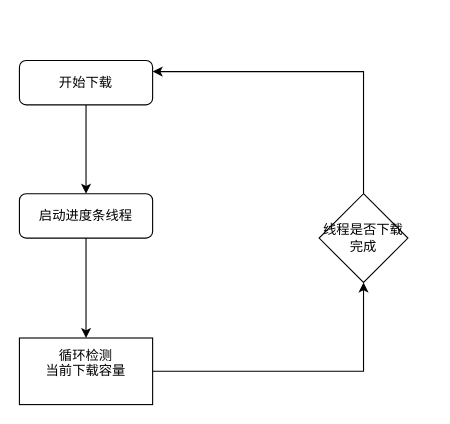
Before: Untitled Diagram.drawio in ksino/Note, a draw.io diagram. Source tidied: cells renumbered, new cells numbered last; positions are measured from the earlier drawing's top-left corner, leaving out a move shared by most shapes. Both pictures are drawn from the tidied source at 111%, with x=0, y=0 at pixel (19, 60).
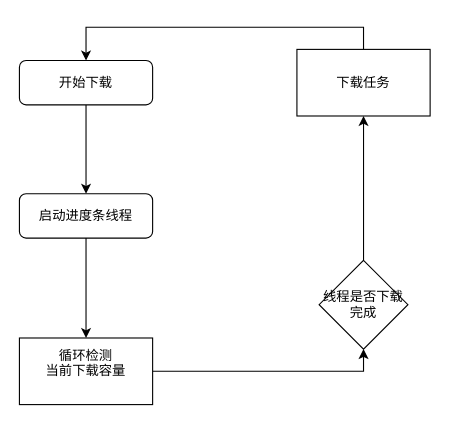
Above is the later version.

Change to the diagram source:
```diff
@@
 <mxGraphModel>
   <root>
     <mxCell id="0" />
     <mxCell id="1" parent="0" />
     <mxCell id="2" style="edgeStyle=orthogonalEdgeStyle;rounded=0;jettySize=auto;html=1;exitX=0.5;exitY=1;exitDx=0;exitDy=0;" parent="1" edge="1" source="3" target="5">
       <mxGeometry relative="1" as="geometry" />
     </mxCell>
     <mxCell id="3" value="&lt;div&gt;开始下载&lt;/div&gt;" style="rounded=1;whiteSpace=wrap;html=1;fontSize=12;glass=0;strokeWidth=1;shadow=0;" parent="1" vertex="1">
       <mxGeometry width="120" height="40" as="geometry" />
     </mxCell>
     <mxCell id="4" style="edgeStyle=orthogonalEdgeStyle;rounded=0;jettySize=auto;html=1;exitX=0.5;exitY=1;exitDx=0;exitDy=0;" parent="1" edge="1" source="5">
       <mxGeometry relative="1" as="geometry">
         <mxPoint x="60" y="250" as="targetPoint" />
       </mxGeometry>
     </mxCell>
     <mxCell id="5" value="启动进度条线程" style="rounded=1;whiteSpace=wrap;html=1;fontSize=12;glass=0;strokeWidth=1;shadow=0;" parent="1" vertex="1">
       <mxGeometry y="120" width="120" height="40" as="geometry" />
     </mxCell>
     <mxCell id="6" style="edgeStyle=orthogonalEdgeStyle;rounded=0;jettySize=auto;html=1;exitX=1;exitY=0.5;exitDx=0;exitDy=0;entryX=0.5;entryY=1;entryDx=0;entryDy=0;" parent="1" edge="1" source="7" target="9">
       <mxGeometry relative="1" as="geometry" />
     </mxCell>
     <mxCell id="7" value="&lt;div&gt;循环检测&lt;/div&gt;&lt;div&gt;当前下载容量&lt;/div&gt;&lt;div&gt;&lt;br&gt;&lt;/div&gt;" style="rounded=0;whiteSpace=wrap;html=1;" parent="1" vertex="1">
       <mxGeometry y="250" width="120" height="60" as="geometry" />
     </mxCell>
-    <mxCell id="8" style="edgeStyle=orthogonalEdgeStyle;rounded=0;jettySize=auto;html=1;exitX=0.5;exitY=0;exitDx=0;exitDy=0;entryX=1;entryY=0.25;entryDx=0;entryDy=0;" parent="1" edge="1" source="9" target="3">
-      <mxGeometry relative="1" as="geometry" />
-    </mxCell>
+    <mxCell id="10" style="edgeStyle=orthogonalEdgeStyle;rounded=0;jettySize=auto;html=1;entryX=0.5;entryY=1;entryDx=0;entryDy=0;" parent="1" edge="1" source="9" target="12">
+      <mxGeometry relative="1" as="geometry" />
+    </mxCell>
     <mxCell id="9" value="线程是否下载完成" style="rhombus;whiteSpace=wrap;html=1;" parent="1" vertex="1">
-      <mxGeometry x="270" y="120" width="80" height="80" as="geometry" />
+      <mxGeometry x="270" y="180" width="80" height="80" as="geometry" />
     </mxCell>
+    <mxCell id="11" style="edgeStyle=orthogonalEdgeStyle;rounded=0;jettySize=auto;html=1;exitX=0.5;exitY=0;exitDx=0;exitDy=0;entryX=0.5;entryY=0;entryDx=0;entryDy=0;" parent="1" edge="1" source="12" target="3">
+      <mxGeometry relative="1" as="geometry" />
+    </mxCell>
+    <mxCell id="12" value="下载任务" style="rounded=0;whiteSpace=wrap;html=1;" parent="1" vertex="1">
+      <mxGeometry x="250" y="-10" width="120" height="60" as="geometry" />
+    </mxCell>
   </root>
 </mxGraphModel>
```
